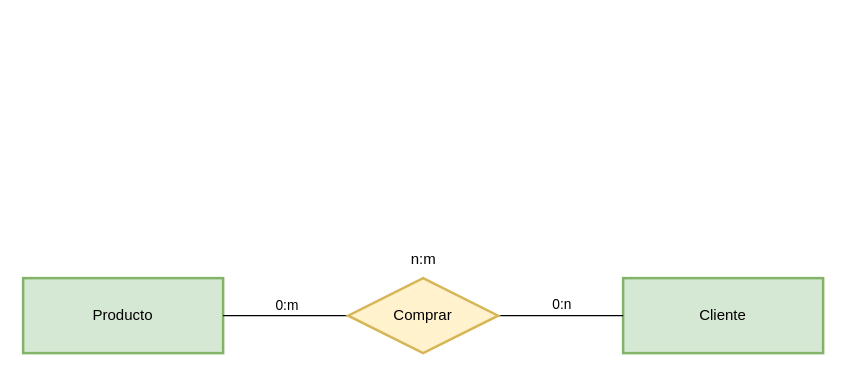
Above: page "Ej3" (3 of 9) of Tareas/Tarea2/Ejercicio1.drawio in JuanManuelMM/Base-Datos (draw.io), before the change. Source tidied: cells renumbered, new cells numbered last; positions are measured from the earlier drawing's top-left corner, leaving out a move shared by most shapes. Both pictures are drawn from the tidied source at 125%, with x=0, y=0 at pixel (22, 240).
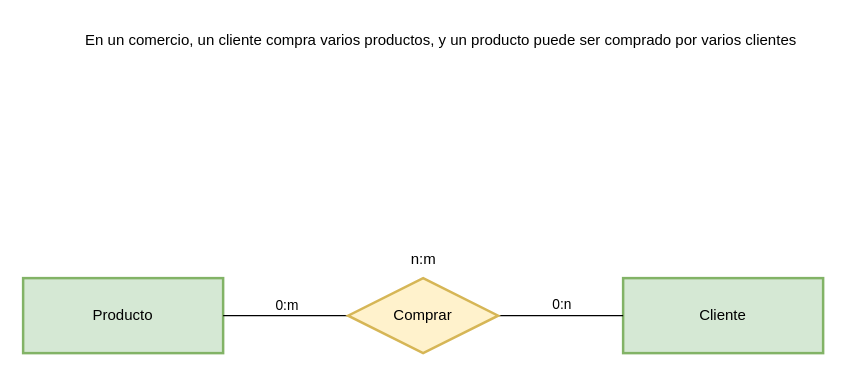
After the change.

The edit, as a diff of the source:
```diff
@@
 <mxGraphModel>
   <root>
     <mxCell id="0" />
     <mxCell id="1" parent="0" />
     <mxCell id="2" value="Producto" style="rounded=0;whiteSpace=wrap;html=1;fillColor=#d5e8d4;strokeColor=#82b366;strokeWidth=2;" parent="1" vertex="1">
       <mxGeometry y="30" width="160" height="60" as="geometry" />
     </mxCell>
     <mxCell id="3" value="Cliente" style="rounded=0;whiteSpace=wrap;html=1;fillColor=#d5e8d4;strokeColor=#82b366;strokeWidth=2;" parent="1" vertex="1">
       <mxGeometry x="480" y="30" width="160" height="60" as="geometry" />
     </mxCell>
     <mxCell id="4" style="endArrow=none;html=1;rounded=0;exitX=1;exitY=0.5;exitDx=0;exitDy=0;entryX=0;entryY=0.5;entryDx=0;entryDy=0;" parent="1" edge="1" source="2" target="8">
       <mxGeometry relative="1" as="geometry" />
     </mxCell>
     <mxCell id="5" value="0:m" style="edgeLabel;html=1;align=center;verticalAlign=middle;" parent="4" vertex="1">
       <mxGeometry x="-0.12" y="2" relative="1" as="geometry">
         <mxPoint x="6" y="-7" as="offset" />
       </mxGeometry>
     </mxCell>
     <mxCell id="6" style="endArrow=none;html=1;rounded=0;entryX=0;entryY=0.5;entryDx=0;entryDy=0;exitX=1;exitY=0.5;exitDx=0;exitDy=0;" parent="1" edge="1" source="8" target="3">
       <mxGeometry relative="1" as="geometry" />
     </mxCell>
     <mxCell id="7" value="0:n" style="edgeLabel;html=1;align=center;verticalAlign=middle;" parent="6" vertex="1">
       <mxGeometry x="0.19" y="1" relative="1" as="geometry">
         <mxPoint x="-10" y="-9" as="offset" />
       </mxGeometry>
     </mxCell>
     <mxCell id="8" value="Comprar" style="shape=rhombus;perimeter=rhombusPerimeter;whiteSpace=wrap;html=1;align=center;strokeWidth=2;fillColor=#fff2cc;strokeColor=#d6b656;" parent="1" vertex="1">
       <mxGeometry x="260" y="30" width="120" height="60" as="geometry" />
     </mxCell>
     <mxCell id="9" value="&lt;div&gt;n:m&lt;/div&gt;" style="text;html=1;align=center;verticalAlign=middle;strokeColor=none;fillColor=none;" parent="1" vertex="1">
       <mxGeometry x="300" width="40" height="30" as="geometry" />
     </mxCell>
+    <mxCell id="10" value="En un comercio, un cliente compra varios productos, y un producto puede ser comprado por varios clientes" style="text;html=1;align=center;verticalAlign=middle;strokeColor=none;fillColor=none;" parent="1" vertex="1">
+      <mxGeometry x="39" y="-175" width="590" height="30" as="geometry" />
+    </mxCell>
   </root>
 </mxGraphModel>
```
